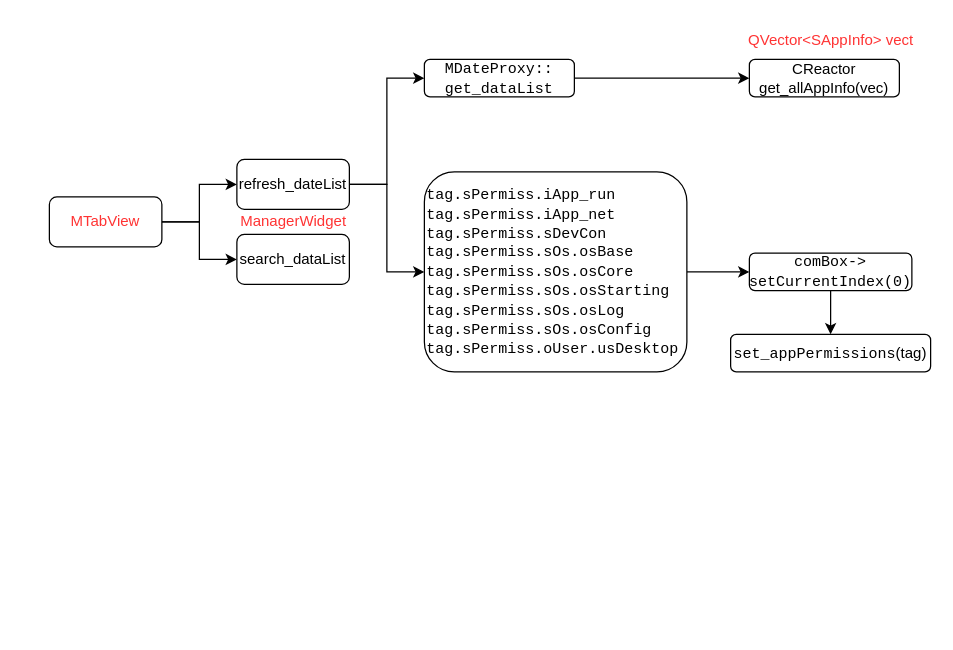
Earlier version of the draw.io diagram page "label_ui" (13 of 13) of 未命名绘图.drawio (HunterDuan/git). Source tidied: cells renumbered, new cells numbered last; positions are measured from the earlier drawing's top-left corner, leaving out a move shared by most shapes. Both pictures are drawn from the tidied source at 125%, with x=0, y=0 at pixel (49, 21).
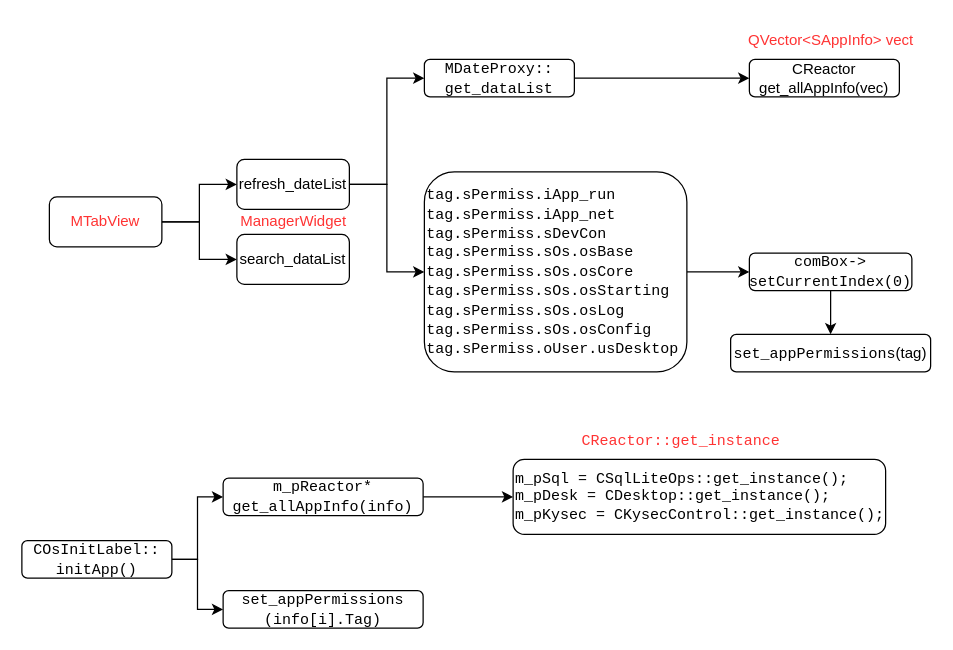
After the change.

Change to the diagram source:
```diff
@@
+    <mxCell id="19" style="edgeStyle=orthogonalEdgeStyle;rounded=0;jettySize=auto;html=1;entryX=0;entryY=0.5;entryDx=0;entryDy=0;" parent="1" edge="1" source="21" target="23">
+      <mxGeometry relative="1" as="geometry" />
+    </mxCell>
+    <mxCell id="20" style="edgeStyle=orthogonalEdgeStyle;rounded=0;jettySize=auto;html=1;entryX=0;entryY=0.5;entryDx=0;entryDy=0;" parent="1" edge="1" source="21" target="24">
+      <mxGeometry relative="1" as="geometry" />
+    </mxCell>
+    <mxCell id="21" value="&lt;div&gt;&lt;code&gt;COsInitLabel::&lt;/code&gt;&lt;code&gt;&lt;br&gt;&lt;/code&gt;&lt;/div&gt;&lt;div&gt;&lt;code&gt;&lt;span class=&quot;n&quot;&gt;initApp()&lt;/span&gt;&lt;span class=&quot;p&quot;&gt;&lt;/span&gt;&lt;/code&gt;&lt;/div&gt;" style="rounded=1;whiteSpace=wrap;html=1;" parent="1" vertex="1">
+      <mxGeometry x="-22" y="415" width="120" height="30" as="geometry" />
+    </mxCell>
+    <mxCell id="22" style="edgeStyle=orthogonalEdgeStyle;rounded=0;jettySize=auto;html=1;" parent="1" edge="1" source="23" target="26">
+      <mxGeometry relative="1" as="geometry" />
+    </mxCell>
+    <mxCell id="23" value="&lt;div&gt;&lt;code&gt;m_pReactor&lt;span class=&quot;o&quot;&gt;*&lt;/span&gt;&lt;/code&gt;&lt;/div&gt;&lt;div&gt;&lt;code&gt;&lt;span class=&quot;o&quot;&gt;&lt;/span&gt;&lt;span class=&quot;n&quot;&gt;get_allAppInfo&lt;/span&gt;&lt;span class=&quot;p&quot;&gt;(&lt;/span&gt;&lt;span class=&quot;n&quot;&gt;info&lt;/span&gt;&lt;span class=&quot;p&quot;&gt;)&lt;/span&gt;&lt;/code&gt;&lt;/div&gt;" style="rounded=1;whiteSpace=wrap;html=1;" parent="1" vertex="1">
+      <mxGeometry x="139" y="365" width="160" height="30" as="geometry" />
+    </mxCell>
+    <mxCell id="24" value="&lt;div&gt;&lt;code&gt;&lt;span class=&quot;n&quot;&gt;set_appPermissions&lt;/span&gt;&lt;span class=&quot;p&quot;&gt;&lt;br&gt;&lt;/span&gt;&lt;/code&gt;&lt;/div&gt;&lt;div&gt;&lt;code&gt;&lt;span class=&quot;p&quot;&gt;(&lt;/span&gt;&lt;span class=&quot;n&quot;&gt;info&lt;/span&gt;&lt;span class=&quot;p&quot;&gt;[&lt;/span&gt;&lt;span class=&quot;n&quot;&gt;i&lt;/span&gt;&lt;span class=&quot;p&quot;&gt;].&lt;/span&gt;&lt;span class=&quot;n&quot;&gt;Tag&lt;/span&gt;&lt;span class=&quot;p&quot;&gt;)&lt;/span&gt;&lt;/code&gt;&lt;/div&gt;" style="rounded=1;whiteSpace=wrap;html=1;" parent="1" vertex="1">
+      <mxGeometry x="139" y="455" width="160" height="30" as="geometry" />
+    </mxCell>
+    <mxCell id="25" value="&lt;code&gt;CReactor&lt;span class=&quot;o&quot;&gt;::&lt;/span&gt;&lt;span class=&quot;n&quot;&gt;get_instance&lt;/span&gt;&lt;/code&gt;" style="text;html=1;align=center;verticalAlign=middle;strokeColor=none;fillColor=none;fontColor=#FF3333;" parent="1" vertex="1">
+      <mxGeometry x="415" y="320" width="180" height="30" as="geometry" />
+    </mxCell>
+    <mxCell id="26" value="&lt;pre class=&quot;code highlight&quot; lang=&quot;cpp&quot;&gt;&lt;code&gt;m_pSql &lt;span class=&quot;o&quot;&gt;=&lt;/span&gt; &lt;span class=&quot;n&quot;&gt;CSqlLiteOps&lt;/span&gt;&lt;span class=&quot;o&quot;&gt;::&lt;/span&gt;&lt;span class=&quot;n&quot;&gt;get_instance&lt;/span&gt;&lt;span class=&quot;p&quot;&gt;();&lt;/span&gt;&lt;/code&gt;&lt;span class=&quot;line&quot; id=&quot;LC11&quot; lang=&quot;cpp&quot;&gt;&lt;/span&gt;&lt;span class=&quot;line&quot; id=&quot;LC12&quot; lang=&quot;cpp&quot;&gt;&lt;span class=&quot;n&quot;&gt;&lt;br&gt;m_pDesk&lt;/span&gt; &lt;span class=&quot;o&quot;&gt;=&lt;/span&gt; &lt;span class=&quot;n&quot;&gt;CDesktop&lt;/span&gt;&lt;span class=&quot;o&quot;&gt;::&lt;/span&gt;&lt;span class=&quot;n&quot;&gt;get_instance&lt;/span&gt;&lt;span class=&quot;p&quot;&gt;();&lt;/span&gt;&lt;/span&gt;&lt;span class=&quot;line&quot; id=&quot;LC13&quot; lang=&quot;cpp&quot;&gt;&lt;span class=&quot;n&quot;&gt;&lt;br&gt;m_pKysec&lt;/span&gt; &lt;span class=&quot;o&quot;&gt;=&lt;/span&gt; &lt;span class=&quot;n&quot;&gt;CKysecControl&lt;/span&gt;&lt;span class=&quot;o&quot;&gt;::&lt;/span&gt;&lt;span class=&quot;n&quot;&gt;get_instance&lt;/span&gt;&lt;span class=&quot;p&quot;&gt;();&lt;/span&gt;&lt;/span&gt;&lt;br&gt;&lt;/pre&gt;" style="rounded=1;whiteSpace=wrap;html=1;align=left;" parent="1" vertex="1">
+      <mxGeometry x="371" y="350" width="298" height="60" as="geometry" />
+    </mxCell>
```
